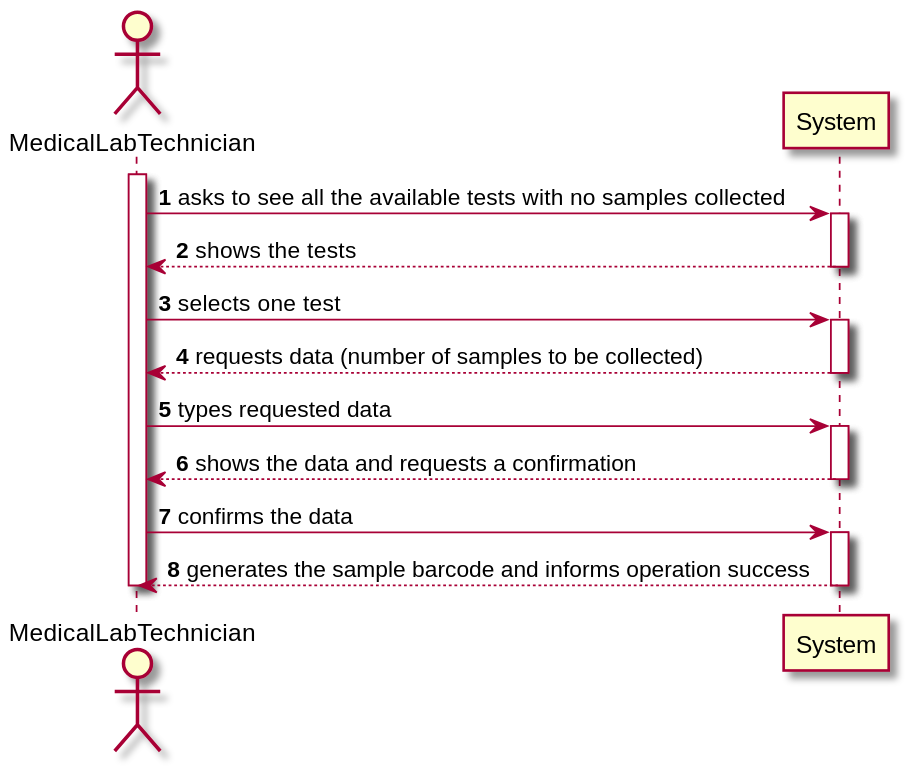
Earlier version of the PlantUML export docs/SprintC/US05/US05-SSD.svg (0franciscor/lei-21-s2-1de-g19).
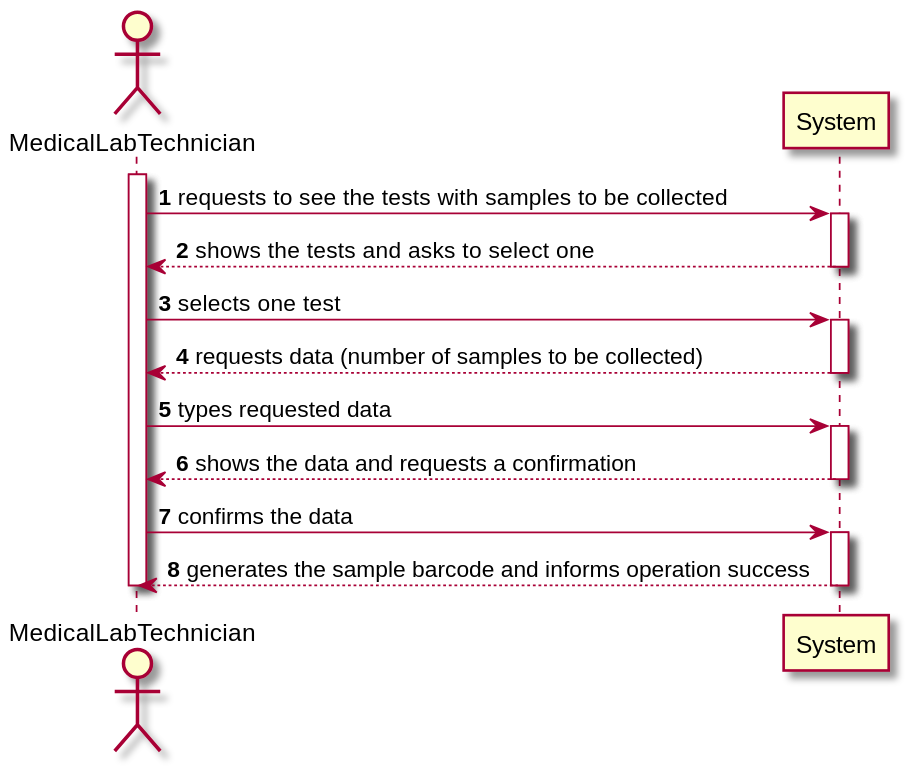
Later version of the same file.

Diff of the diagram source:
```diff
@@ -3,10 +3,10 @@
 autonumber
 
 actor MedicalLabTechnician as MLT
+
 activate MLT
-
-MLT -> System ++: asks to see all the available tests with no samples collected
-System --> MLT --: shows the tests
+MLT -> System ++: requests to see the tests with samples to be collected
+System --> MLT --: shows the tests and asks to select one
 MLT -> System ++: selects one test
 System --> MLT --: requests data (number of samples to be collected)
 MLT -> System ++: types requested data
```
